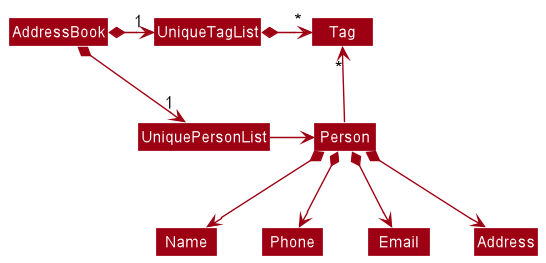
Before: docs/images/BetterModelClassDiagram.png, a diagram exported from PlantUML (nus-cs2103-AY2223S1/tp).
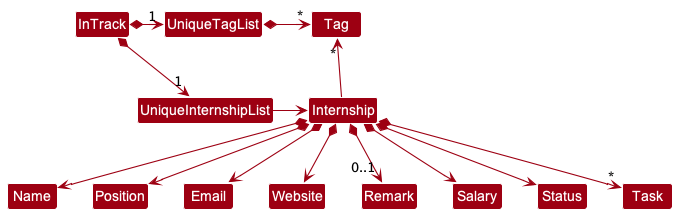
The same diagram one commit later.

The edit, as a diff of the source:
```diff
@@ -4,18 +4,22 @@
 skinparam arrowColor MODEL_COLOR
 skinparam classBackgroundColor MODEL_COLOR
 
-AddressBook *-right-> "1" UniquePersonList
-AddressBook *-right-> "1" UniqueTagList
-UniqueTagList -[hidden]down- UniquePersonList
-UniqueTagList -[hidden]down- UniquePersonList
+InTrack *-right-> "1" UniqueInternshipList
+InTrack *-right-> "1" UniqueTagList
+UniqueTagList -[hidden]down- UniqueInternshipList
+UniqueTagList -[hidden]down- UniqueInternshipList
 
 UniqueTagList *-right-> "*" Tag
-UniquePersonList -right-> Person
+UniqueInternshipList -right-> Internship
 
-Person -up-> "*" Tag
+Internship -up-> "*" Tag
 
-Person *--> Name
-Person *--> Phone
-Person *--> Email
-Person *--> Address
+Internship *--> Name
+Internship *--> Position
+Internship *--> Email
+Internship *--> Website
+Internship *--> "0..1" Remark
+Internship *--> Salary
+Internship *--> Status
+Internship *--> "*" Task
 @enduml
```
